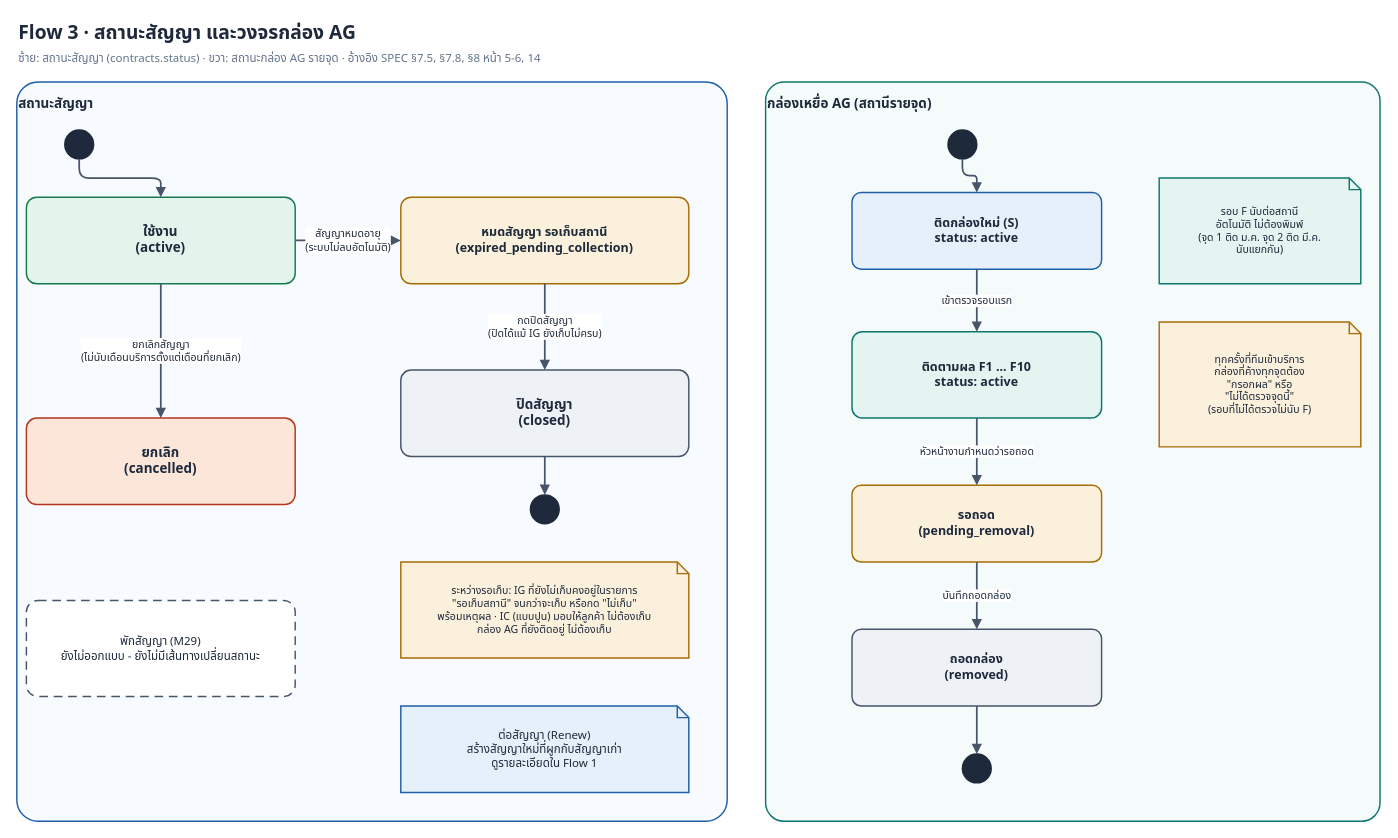
13azukaoab/AGA-Bait-Registry keeps this draw.io diagram as docs/workflow/2026-11-16-flow-3-contract-ag-states.drawio. Above is the earlier version. Source tidied: cells renumbered, new cells numbered last; positions are measured from the earlier drawing's top-left corner, leaving out a move shared by most shapes. Both pictures are drawn from the tidied source at 96%, with x=0, y=0 at pixel (16, 16).
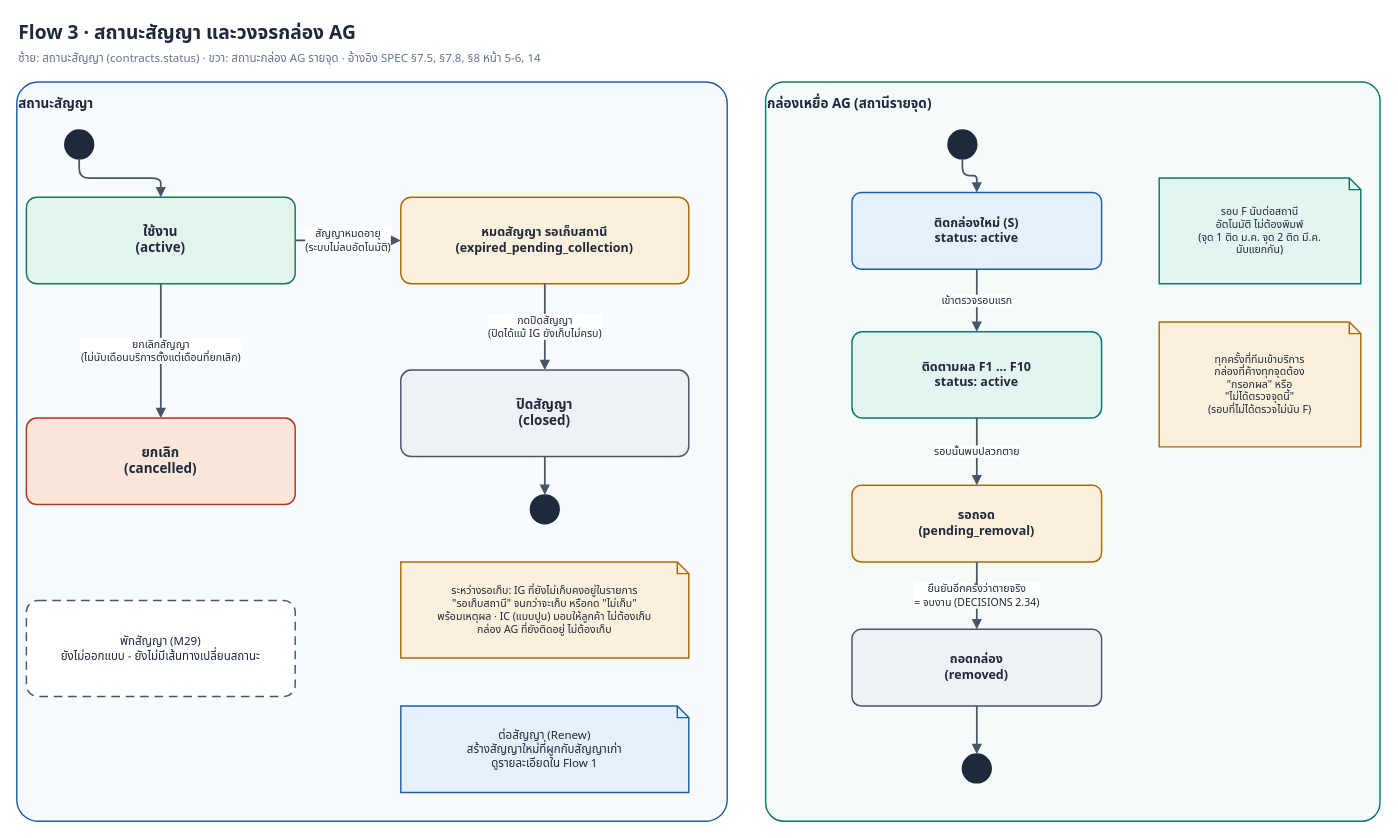
Above is the later version.

Commit message (it also covers changes not shown here):
docs: flow 3 AG labels follow DECISIONS 2.34 (dead termites -> pending removal)

Unchanged cells that the change refers to:
```xml
<mxCell id="23" value="ติดตามผล F1 ... F10&lt;br&gt;status: active" style="rounded=1;arcSize=12;whiteSpace=wrap;html=1;fontFamily=Noto Sans Thai,Leelawadee UI,Tahoma;fontSize=13;fontColor=#1E293B;strokeColor=#0F766E;fillColor=#E3F4F1;strokeWidth=1.5;align=center;verticalAlign=middle;fontStyle=1;" parent="1" vertex="1">
  <mxGeometry x="870" y="328" width="260" height="90" as="geometry" />
</mxCell>
<mxCell id="25" value="รอถอด&lt;br&gt;(pending_removal)" style="rounded=1;arcSize=12;whiteSpace=wrap;html=1;fontFamily=Noto Sans Thai,Leelawadee UI,Tahoma;fontSize=13;fontColor=#1E293B;strokeColor=#A86C07;fillColor=#FBF0DB;strokeWidth=1.5;align=center;verticalAlign=middle;fontStyle=1;" parent="1" vertex="1">
  <mxGeometry x="870" y="488" width="260" height="80" as="geometry" />
</mxCell>
<mxCell id="27" value="ถอดกล่อง&lt;br&gt;(removed)" style="rounded=1;arcSize=12;whiteSpace=wrap;html=1;fontFamily=Noto Sans Thai,Leelawadee UI,Tahoma;fontSize=13;fontColor=#1E293B;strokeColor=#475569;fillColor=#EEF2F7;strokeWidth=1.5;align=center;verticalAlign=middle;fontStyle=1;" parent="1" vertex="1">
  <mxGeometry x="870" y="638" width="260" height="80" as="geometry" />
</mxCell>
```

Diff of the diagram source:
```diff
@@
-    <mxCell id="26" value="หัวหน้างานกำหนดว่ารอถอด" style="edgeStyle=orthogonalEdgeStyle;rounded=1;html=1;endArrow=block;endFill=1;fontFamily=Noto Sans Thai,Leelawadee UI,Tahoma;fontSize=11;fontColor=#1E293B;strokeColor=#475569;strokeWidth=1.8;labelBackgroundColor=#FFFFFF;" parent="1" edge="1" source="23" target="25">
+    <mxCell id="26" value="รอบนั้นพบปลวกตาย" style="edgeStyle=orthogonalEdgeStyle;rounded=1;html=1;endArrow=block;endFill=1;fontFamily=Noto Sans Thai,Leelawadee UI,Tahoma;fontSize=11;fontColor=#1E293B;strokeColor=#475569;strokeWidth=1.8;labelBackgroundColor=#FFFFFF;" parent="1" edge="1" source="23" target="25">
       <mxGeometry relative="1" as="geometry" />
     </mxCell>
@@
-    <mxCell id="28" value="บันทึกถอดกล่อง" style="edgeStyle=orthogonalEdgeStyle;rounded=1;html=1;endArrow=block;endFill=1;fontFamily=Noto Sans Thai,Leelawadee UI,Tahoma;fontSize=11;fontColor=#1E293B;strokeColor=#475569;strokeWidth=1.8;labelBackgroundColor=#FFFFFF;" parent="1" edge="1" source="25" target="27">
+    <mxCell id="28" value="ยืนยันอีกครั้งว่าตายจริง&#10;= จบงาน (DECISIONS 2.34)" style="edgeStyle=orthogonalEdgeStyle;rounded=1;html=1;endArrow=block;endFill=1;fontFamily=Noto Sans Thai,Leelawadee UI,Tahoma;fontSize=11;fontColor=#1E293B;strokeColor=#475569;strokeWidth=1.8;labelBackgroundColor=#FFFFFF;" parent="1" edge="1" source="25" target="27">
       <mxGeometry relative="1" as="geometry" />
     </mxCell>
```
